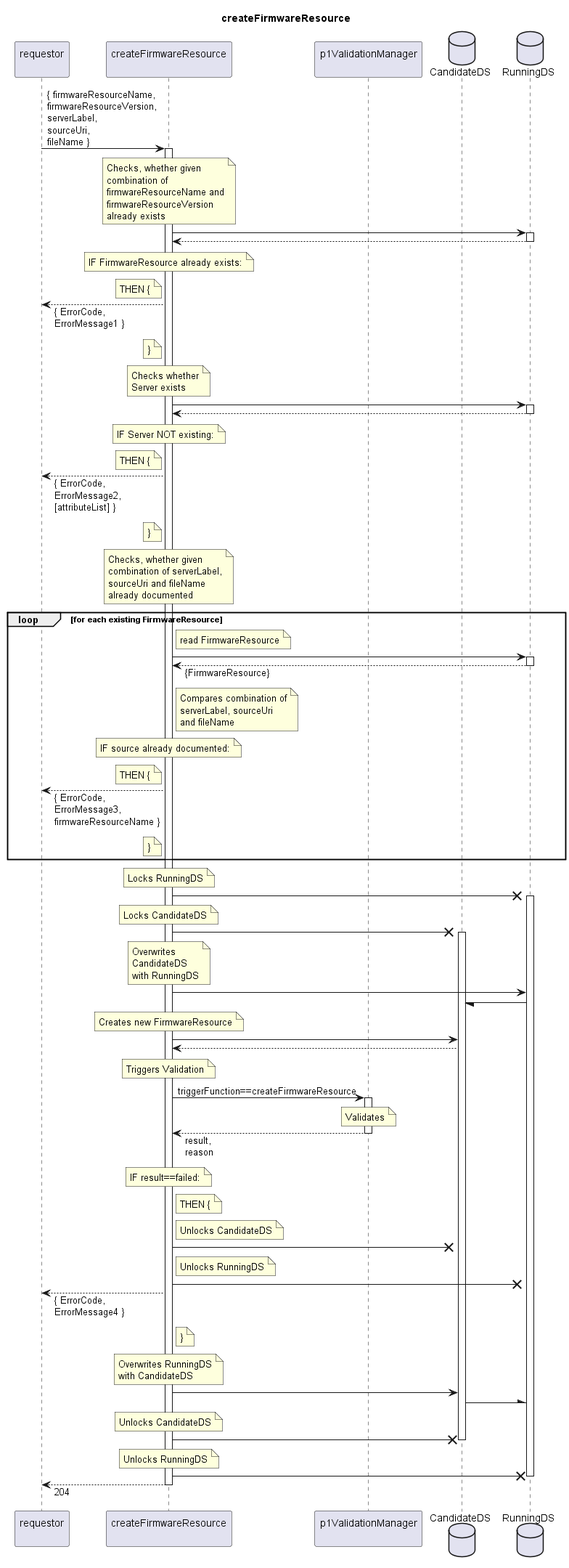
This is spec/Services/createFirmwareResource/1.0.0/createFirmwareResource.png from openBackhaul/FirmWareManager, a PlantUML export, as it was before one commit.
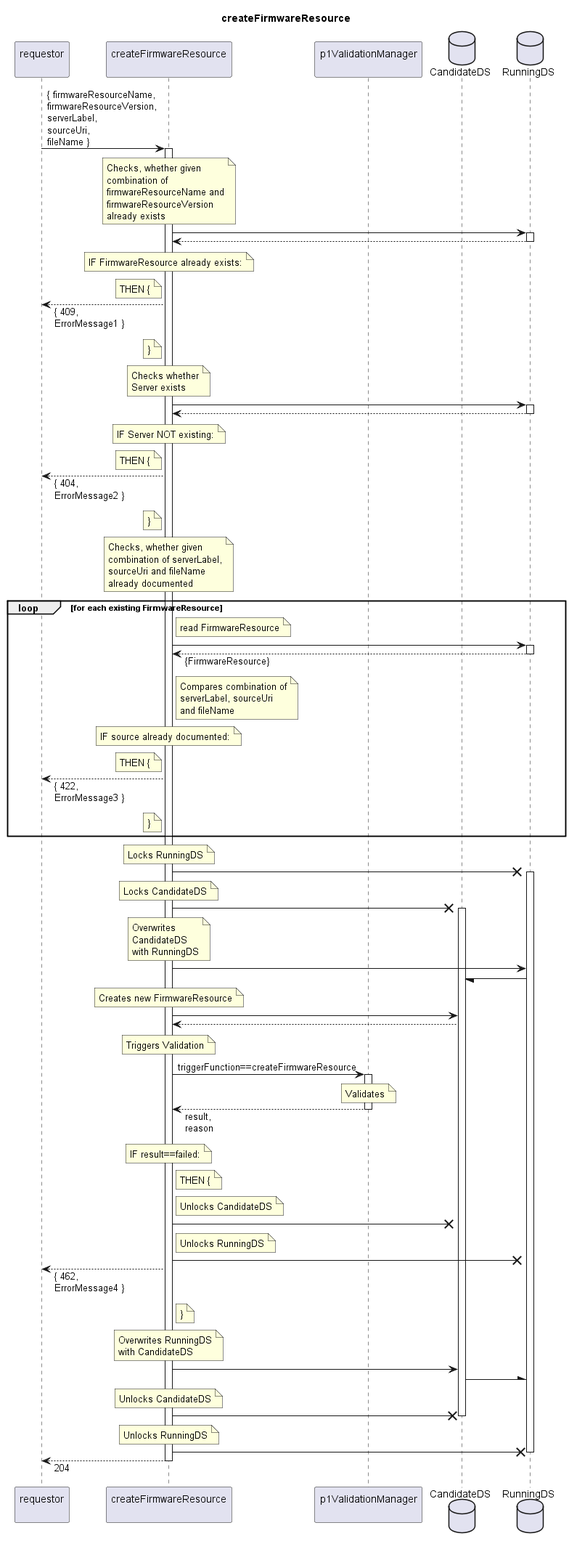
The same file after the commit.

Diff of the diagram source:
```diff
@@ -31,7 +31,7 @@
   note left indServ
     THEN {
   end note
-  requestor <-- indServ: { ErrorCode,\nErrorMessage1 }
+  requestor <-- indServ: { 409,\nErrorMessage1 }
   note left indServ
     }
   end note
@@ -50,7 +50,7 @@
   note left indServ
     THEN {
   end note
-  requestor <-- indServ: { ErrorCode,\nErrorMessage2,\n[attributeList] }
+  requestor <-- indServ: { 404,\nErrorMessage2 }
   note left indServ
     }
   end note
@@ -80,7 +80,7 @@
     note left indServ
       THEN {
     end note
-    requestor <-- indServ: { ErrorCode,\nErrorMessage3,\nfirmwareResourceName }
+    requestor <-- indServ: { 422,\nErrorMessage3 }
     note left indServ
       }
     end note
@@ -134,7 +134,7 @@
     Unlocks RunningDS
   end note
   indServ -X RunDS
-  requestor <-- indServ: { ErrorCode,\nErrorMessage4 }
+  requestor <-- indServ: { 462,\nErrorMessage4 }
   note right indServ
     }
   end note
```
